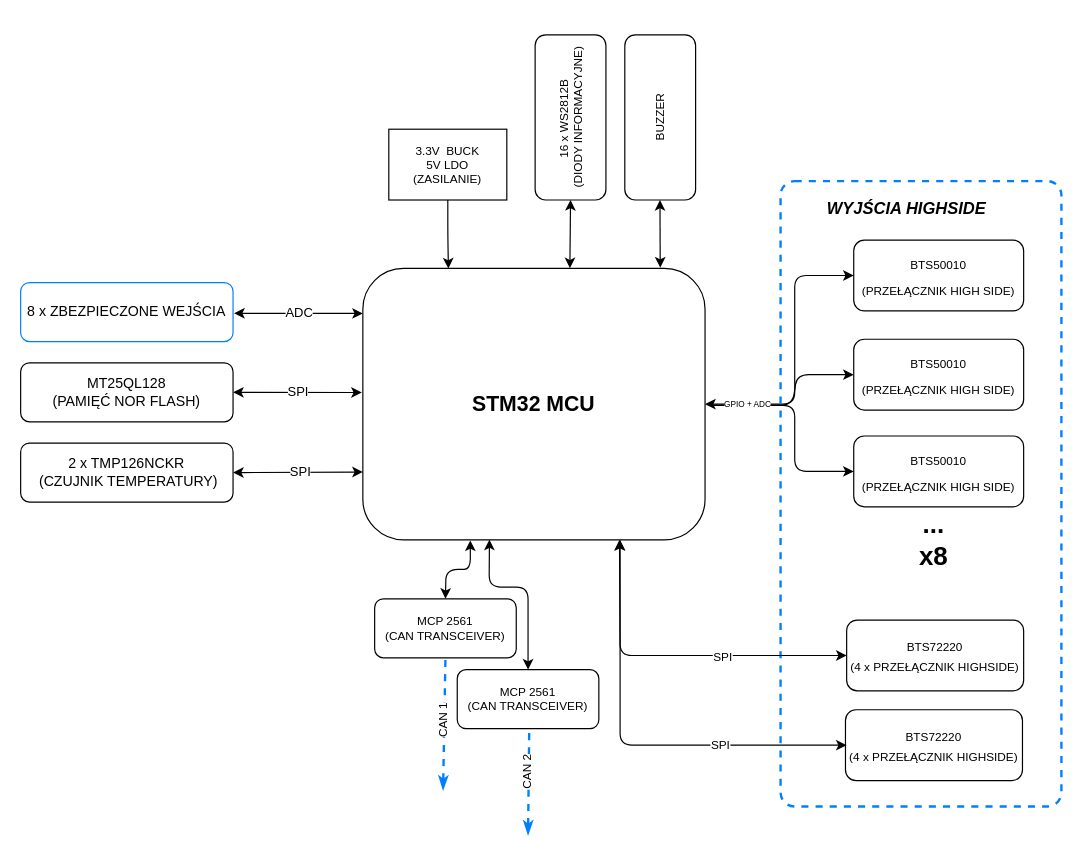
Earlier version of the draw.io diagram PCB/system_schema.drawio (PGRacing/PDM). Source tidied: cells renumbered, new cells numbered last; positions are measured from the earlier drawing's top-left corner, leaving out a move shared by most shapes. Both pictures are drawn from the tidied source at 118%, with x=0, y=0 at pixel (20, 34).
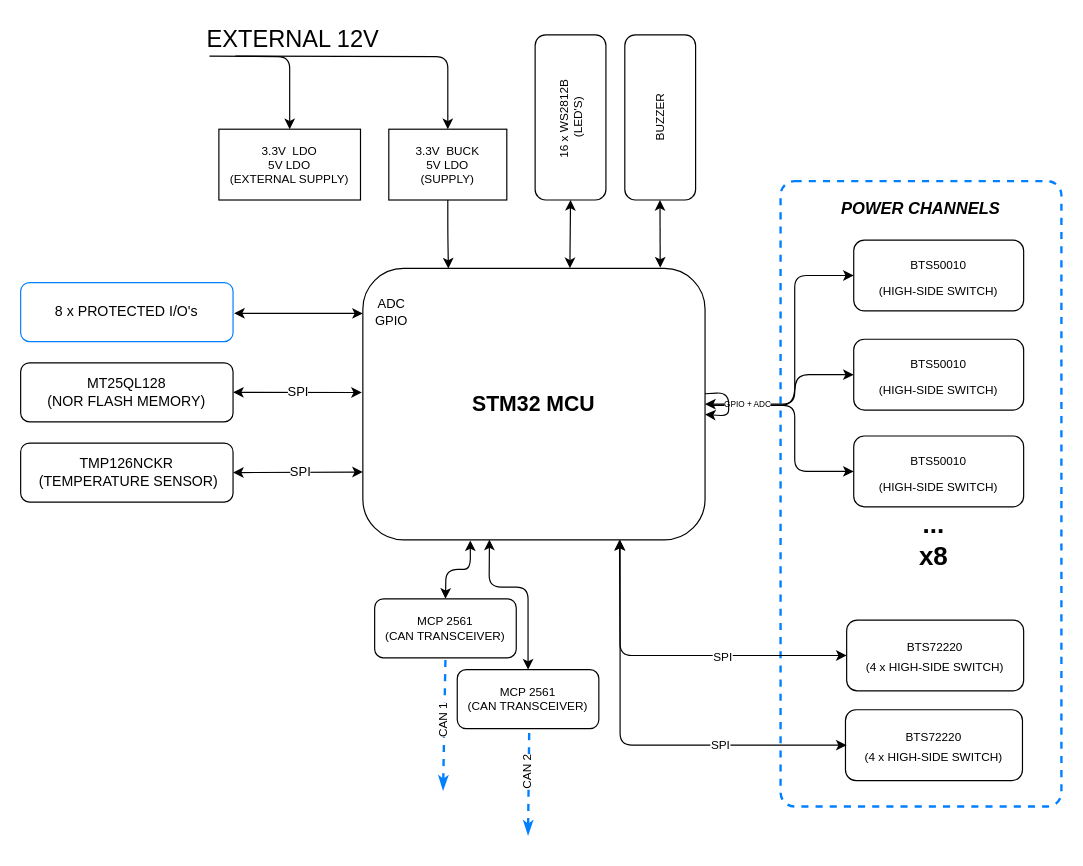
The same diagram, later.

Unchanged cells that the change refers to:
```xml
<mxCell id="2" value="&lt;b&gt;&lt;font style=&quot;font-size: 18px;&quot;&gt;STM32 MCU&lt;/font&gt;&lt;/b&gt;" style="rounded=1;whiteSpace=wrap;html=1;" parent="1" vertex="1">
  <mxGeometry x="290" y="198" width="290" height="230" as="geometry" />
</mxCell>
<mxCell id="39" style="endArrow=classic;startArrow=classic;html=1;exitX=1;exitY=0.5;exitDx=0;exitDy=0;entryX=-0.003;entryY=0.457;entryDx=0;entryDy=0;entryPerimeter=0;" parent="1" edge="1">
  <mxGeometry relative="1" as="geometry">
    <mxPoint x="180.9" y="236" as="sourcePoint" />
    <mxPoint x="290" y="236.1" as="targetPoint" />
  </mxGeometry>
</mxCell>
```

What changed in the source:
```diff
@@
+    <mxCell id="29" style="rounded=1;whiteSpace=wrap;html=1;shadow=0;glass=0;sketch=0;fontSize=8;strokeWidth=2;fillColor=none;dashed=1;strokeColor=#007FFF;perimeterSpacing=0;arcSize=5;" parent="1" vertex="1">
+      <mxGeometry x="644" y="124" width="238" height="530" as="geometry" />
+    </mxCell>
@@
-    <mxCell id="3" value="2 x TMP126NCKR&lt;br&gt;&amp;nbsp;(CZUJNIK TEMPERATURY)" style="rounded=1;whiteSpace=wrap;html=1;" parent="1" vertex="1">
+    <mxCell id="3" value="TMP126NCKR&lt;br&gt;&amp;nbsp;(TEMPERATURE SENSOR)" style="rounded=1;whiteSpace=wrap;html=1;" parent="1" vertex="1">
       <mxGeometry y="346" width="180" height="50" as="geometry" />
     </mxCell>
@@
-    <mxCell id="6" value="MT25QL128&lt;br&gt;(PAMIĘĆ NOR FLASH)" style="rounded=1;whiteSpace=wrap;html=1;" parent="1" vertex="1">
+    <mxCell id="6" value="MT25QL128&lt;br&gt;(NOR FLASH MEMORY)" style="rounded=1;whiteSpace=wrap;html=1;" parent="1" vertex="1">
       <mxGeometry y="278" width="180" height="50" as="geometry" />
     </mxCell>
@@
-    <mxCell id="14" value="3.3V&amp;nbsp; BUCK&lt;br&gt;5V LDO&lt;br&gt;(ZASILANIE)" style="rounded=0;whiteSpace=wrap;html=1;fontSize=10;" parent="1" vertex="1">
+    <mxCell id="14" value="3.3V&amp;nbsp; BUCK&lt;br&gt;5V LDO&lt;br&gt;(SUPPLY)" style="rounded=0;whiteSpace=wrap;html=1;fontSize=10;" parent="1" vertex="1">
       <mxGeometry x="312" y="80" width="100" height="60" as="geometry" />
     </mxCell>
-    <mxCell id="15" value="16 x WS2812B&amp;nbsp;&lt;br&gt;(DIODY INFORMACYJNE)" style="rounded=1;whiteSpace=wrap;html=1;fontSize=10;direction=south;verticalAlign=middle;horizontal=0;" parent="1" vertex="1">
+    <mxCell id="15" value="16 x WS2812B&amp;nbsp;&lt;br&gt;(LED'S)" style="rounded=1;whiteSpace=wrap;html=1;fontSize=10;direction=south;verticalAlign=middle;horizontal=0;" parent="1" vertex="1">
       <mxGeometry x="436" width="60" height="140" as="geometry" />
     </mxCell>
@@
-    <mxCell id="23" value="&lt;font style=&quot;font-size: 10px;&quot;&gt;BTS50010&lt;br&gt;(PRZEŁĄCZNIK HIGH SIDE)&lt;/font&gt;" style="rounded=1;whiteSpace=wrap;html=1;fontSize=18;" parent="1" vertex="1">
+    <mxCell id="23" value="&lt;font style=&quot;font-size: 10px;&quot;&gt;BTS50010&lt;br&gt;(HIGH-SIDE SWITCH)&lt;/font&gt;" style="rounded=1;whiteSpace=wrap;html=1;fontSize=18;" parent="1" vertex="1">
       <mxGeometry x="706" y="174" width="144" height="60" as="geometry" />
     </mxCell>
@@
-    <mxCell id="25" value="&lt;font style=&quot;font-size: 10px;&quot;&gt;BTS50010&lt;br&gt;(PRZEŁĄCZNIK HIGH SIDE)&lt;/font&gt;" style="rounded=1;whiteSpace=wrap;html=1;fontSize=18;" parent="1" vertex="1">
+    <mxCell id="25" value="&lt;font style=&quot;font-size: 10px;&quot;&gt;BTS50010&lt;br&gt;(HIGH-SIDE SWITCH)&lt;/font&gt;" style="rounded=1;whiteSpace=wrap;html=1;fontSize=18;" parent="1" vertex="1">
       <mxGeometry x="706" y="258" width="144" height="60" as="geometry" />
     </mxCell>
-    <mxCell id="26" value="&lt;font style=&quot;font-size: 10px;&quot;&gt;BTS50010&lt;br&gt;(PRZEŁĄCZNIK HIGH SIDE)&lt;/font&gt;" style="rounded=1;whiteSpace=wrap;html=1;fontSize=18;" parent="1" vertex="1">
+    <mxCell id="26" value="&lt;font style=&quot;font-size: 10px;&quot;&gt;BTS50010&lt;br&gt;(HIGH-SIDE SWITCH)&lt;/font&gt;" style="rounded=1;whiteSpace=wrap;html=1;fontSize=18;" parent="1" vertex="1">
       <mxGeometry x="706" y="340" width="144" height="60" as="geometry" />
     </mxCell>
@@
-    <mxCell id="29" style="rounded=1;whiteSpace=wrap;html=1;shadow=0;glass=0;sketch=0;fontSize=8;strokeWidth=2;fillColor=none;dashed=1;strokeColor=#007FFF;perimeterSpacing=0;arcSize=5;" parent="1" vertex="1">
-      <mxGeometry x="644" y="124" width="238" height="530" as="geometry" />
-    </mxCell>
-    <mxCell id="30" value="&lt;b&gt;&lt;font size=&quot;1&quot; style=&quot;&quot;&gt;&lt;i style=&quot;font-size: 14px;&quot;&gt;WYJŚCIA HIGHSIDE&lt;/i&gt;&lt;/font&gt;&lt;/b&gt;" style="text;html=1;strokeColor=none;fillColor=none;align=center;verticalAlign=middle;whiteSpace=wrap;rounded=0;fontSize=10;" parent="1" vertex="1">
-      <mxGeometry x="660" y="132" width="182" height="30" as="geometry" />
+    <mxCell id="30" value="&lt;span style=&quot;font-size: 14px;&quot;&gt;&lt;b&gt;&lt;i&gt;POWER CHANNELS&lt;/i&gt;&lt;/b&gt;&lt;/span&gt;" style="text;html=1;strokeColor=none;fillColor=none;align=center;verticalAlign=middle;whiteSpace=wrap;rounded=0;fontSize=10;" parent="1" vertex="1">
+      <mxGeometry x="672" y="132" width="182" height="30" as="geometry" />
     </mxCell>
@@
-    <mxCell id="32" value="&lt;font style=&quot;font-size: 10px;&quot; color=&quot;#000000&quot;&gt;BTS72220&lt;br&gt;(4 x PRZEŁĄCZNIK HIGHSIDE)&lt;br&gt;&lt;/font&gt;" style="rounded=1;whiteSpace=wrap;html=1;fontSize=14;fontColor=#007FFF;" parent="1" vertex="1">
+    <mxCell id="32" value="&lt;font style=&quot;font-size: 10px;&quot; color=&quot;#000000&quot;&gt;BTS72220&lt;br&gt;(4 x HIGH-SIDE SWITCH)&lt;br&gt;&lt;/font&gt;" style="rounded=1;whiteSpace=wrap;html=1;fontSize=14;fontColor=#007FFF;" parent="1" vertex="1">
       <mxGeometry x="700" y="496" width="150" height="60" as="geometry" />
     </mxCell>
-    <mxCell id="33" value="&lt;font style=&quot;font-size: 10px;&quot; color=&quot;#000000&quot;&gt;BTS72220&lt;br&gt;(4 x PRZEŁĄCZNIK HIGHSIDE)&lt;br&gt;&lt;/font&gt;" style="rounded=1;whiteSpace=wrap;html=1;fontSize=14;fontColor=#007FFF;" parent="1" vertex="1">
+    <mxCell id="33" value="&lt;font style=&quot;font-size: 10px;&quot; color=&quot;#000000&quot;&gt;BTS72220&lt;br&gt;(4 x HIGH-SIDE SWITCH)&lt;br&gt;&lt;/font&gt;" style="rounded=1;whiteSpace=wrap;html=1;fontSize=14;fontColor=#007FFF;" parent="1" vertex="1">
       <mxGeometry x="699" y="572" width="150" height="60" as="geometry" />
     </mxCell>
@@
-    <mxCell id="38" value="8 x ZBEZPIECZONE WEJŚCIA" style="rounded=1;whiteSpace=wrap;html=1;strokeColor=#007FFF;" parent="1" vertex="1">
+    <mxCell id="38" value="8 x PROTECTED I/O's" style="rounded=1;whiteSpace=wrap;html=1;strokeColor=#007FFF;" parent="1" vertex="1">
       <mxGeometry y="210" width="180" height="50" as="geometry" />
     </mxCell>
@@
-    <mxCell id="40" value="ADC" style="edgeLabel;html=1;align=center;verticalAlign=middle;" parent="39" vertex="1">
+    <mxCell id="40" value="ADC&lt;br&gt;GPIO" style="edgeLabel;html=1;align=center;verticalAlign=middle;" parent="39" vertex="1">
       <mxGeometry x="-0.17" y="-1" relative="1" as="geometry">
-        <mxPoint x="10" y="-2" as="offset" />
+        <mxPoint x="88" y="-3" as="offset" />
       </mxGeometry>
     </mxCell>
+    <mxCell id="41" value="3.3V&amp;nbsp; LDO&lt;br&gt;5V LDO&lt;br&gt;(EXTERNAL SUPPLY)" style="rounded=0;whiteSpace=wrap;html=1;fontSize=10;" parent="1" vertex="1">
+      <mxGeometry x="168" y="80" width="120" height="60" as="geometry" />
+    </mxCell>
+    <mxCell id="42" style="edgeStyle=none;html=1;" parent="1" edge="1" source="2" target="2">
+      <mxGeometry relative="1" as="geometry" />
+    </mxCell>
+    <mxCell id="43" style="endArrow=classic;html=1;fontSize=20;entryX=0.5;entryY=0;entryDx=0;entryDy=0;edgeStyle=orthogonalEdgeStyle;" parent="1" edge="1" target="41">
+      <mxGeometry relative="1" as="geometry">
+        <mxPoint x="160" y="18" as="sourcePoint" />
+      </mxGeometry>
+    </mxCell>
+    <mxCell id="44" style="endArrow=classic;html=1;fontSize=20;entryX=0.5;entryY=0;entryDx=0;entryDy=0;edgeStyle=orthogonalEdgeStyle;" parent="1" edge="1" target="14">
+      <mxGeometry relative="1" as="geometry">
+        <mxPoint x="182" y="18" as="sourcePoint" />
+      </mxGeometry>
+    </mxCell>
+    <mxCell id="45" value="EXTERNAL 12V" style="text;html=1;strokeColor=none;fillColor=none;align=center;verticalAlign=middle;whiteSpace=wrap;rounded=0;fontSize=20;" parent="1" vertex="1">
+      <mxGeometry x="134" y="-12" width="194" height="30" as="geometry" />
+    </mxCell>
```
